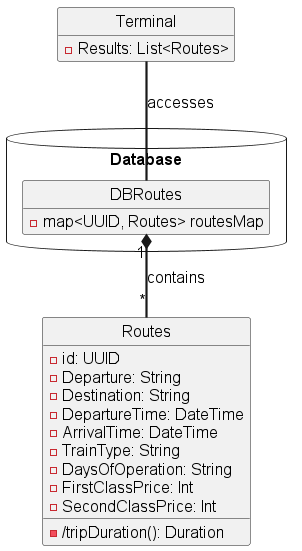
Above: out/docs/domain/Domain Model.png in Cimpo1/SOEN342_2025 (PlantUML), before the change.
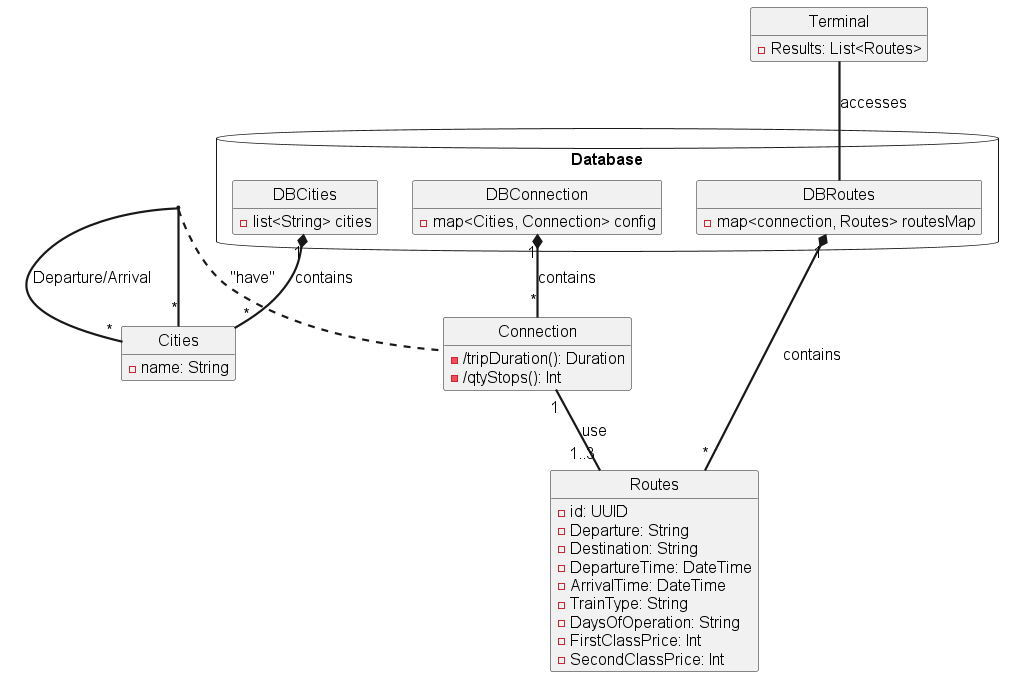
After the commit.

The edit, as a diff of the source:
```diff
@@ -20,19 +20,44 @@
     - DaysOfOperation: String
     - FirstClassPrice: Int
     - SecondClassPrice: Int
-    - /tripDuration(): Duration
 }
 
 package "Database" <<Database>> {
     class "DBRoutes" as DBRoutes {
-        - map<UUID, Routes> routesMap
+        - map<connection, Routes> routesMap
+    }
+    class "DBConnection" as DBConnection {
+        - map<Cities, Connection> config
+    }
+    class "DBCities" as DBCities {
+        - list<String> cities
     }
 }
+
+class "Connection" as connection {
+    - /tripDuration(): Duration
+    - /qtyStops(): Int
+}
+
+DBConnection "1" *-- "*" connection : "contains"
+DBCities  "1" *-- "*" cities : "contains"
+
+class "Cities" as cities {
+    - name: String
+}
+
+cities "*" -- "*" cities : "Departure/Arrival"
 
 
 terminal  -- DBRoutes : "accesses"
 
 DBRoutes "1" *-- "*" routes : "contains"
+
+(cities, cities) .. connection : "have"
+
+connection "1" -- "1..3" routes : "use"
+
+
 
 
 
```
